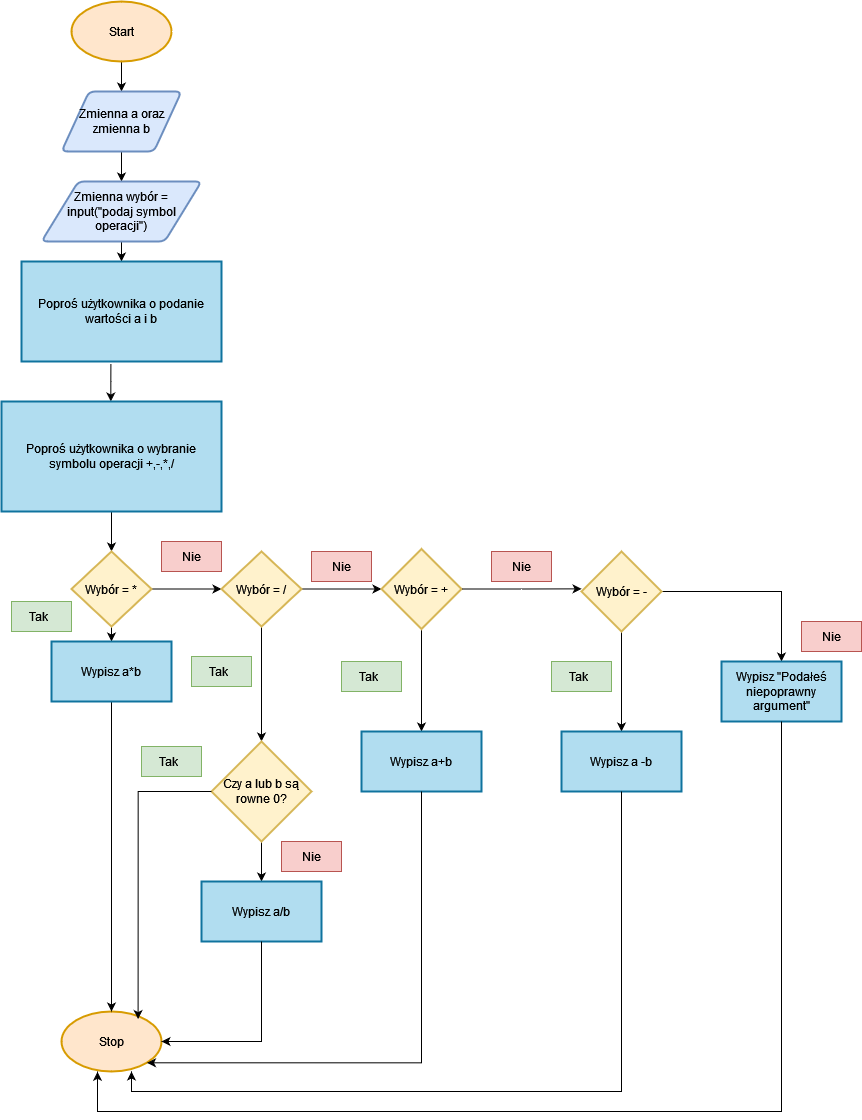
The draw.io diagram schemat_blokowy/Lab_01/Programowanie_laborki/Kalkulator(rdy)(pre_checked)/Kalkulator.drawio.png in DudeQ7/Programming, before a commit. Source tidied: cells renumbered, new cells last; positions are measured from the earlier drawing's top-left corner, leaving out a move shared by most shapes.
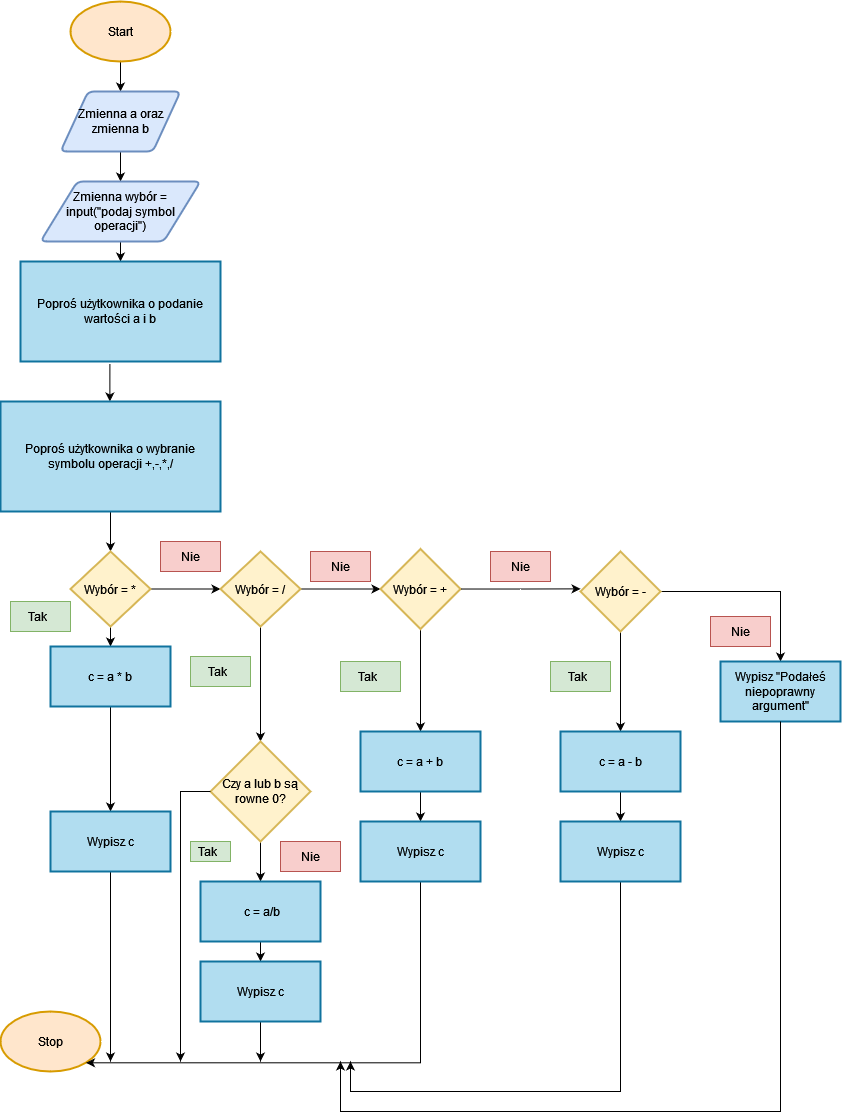
The same diagram one commit later.

Diff of the diagram source:
```diff
@@ -9,7 +9,7 @@
       <mxGeometry x="70" width="100" height="60" as="geometry" />
     </mxCell>
     <mxCell id="4" value="Stop" style="strokeWidth=2;html=1;shape=mxgraph.flowchart.start_1;whiteSpace=wrap;fillColor=#ffe6cc;strokeColor=#d79b00;" parent="1" vertex="1">
-      <mxGeometry x="60" y="1010" width="100" height="60" as="geometry" />
+      <mxGeometry y="1010" width="100" height="60" as="geometry" />
     </mxCell>
     <mxCell id="5" style="edgeStyle=orthogonalEdgeStyle;rounded=0;orthogonalLoop=1;jettySize=auto;html=1;exitX=0.5;exitY=1;exitDx=0;exitDy=0;exitPerimeter=0;" parent="1" edge="1" source="4" target="4">
       <mxGeometry relative="1" as="geometry" />
@@ -82,22 +82,28 @@
     <mxCell id="26" value="Wybór = -" style="rhombus;whiteSpace=wrap;html=1;strokeWidth=2;fillColor=#fff2cc;strokeColor=#d6b656;" parent="1" vertex="1">
       <mxGeometry x="580" y="550" width="80" height="80" as="geometry" />
     </mxCell>
-    <mxCell id="27" style="edgeStyle=orthogonalEdgeStyle;rounded=0;jettySize=auto;html=1;" parent="1" edge="1" source="28" target="4">
-      <mxGeometry relative="1" as="geometry" />
-    </mxCell>
+    <mxCell id="49" style="edgeStyle=orthogonalEdgeStyle;rounded=0;jettySize=auto;html=1;" parent="1" edge="1" source="28" target="54">
+      <mxGeometry relative="1" as="geometry" />
+    </mxCell>
-    <mxCell id="28" value="Wypisz a*b" style="rounded=0;whiteSpace=wrap;html=1;absoluteArcSize=1;arcSize=14;strokeWidth=2;fillColor=#b1ddf0;strokeColor=#10739e;" parent="1" vertex="1">
-      <mxGeometry x="50" y="640" width="120" height="60" as="geometry" />
+    <mxCell id="28" value="c = a * b" style="rounded=0;whiteSpace=wrap;html=1;absoluteArcSize=1;arcSize=14;strokeWidth=2;fillColor=#b1ddf0;strokeColor=#10739e;" parent="1" vertex="1">
+      <mxGeometry x="50" y="645" width="120" height="60" as="geometry" />
     </mxCell>
+    <mxCell id="50" style="edgeStyle=orthogonalEdgeStyle;rounded=0;jettySize=auto;html=1;" parent="1" edge="1" source="29" target="56">
+      <mxGeometry relative="1" as="geometry" />
+    </mxCell>
-    <mxCell id="29" value="Wypisz a/b" style="rounded=0;whiteSpace=wrap;html=1;absoluteArcSize=1;arcSize=14;strokeWidth=2;fillColor=#b1ddf0;strokeColor=#10739e;" parent="1" vertex="1">
+    <mxCell id="29" value="&amp;nbsp;c = a/b" style="rounded=0;whiteSpace=wrap;html=1;absoluteArcSize=1;arcSize=14;strokeWidth=2;fillColor=#b1ddf0;strokeColor=#10739e;" parent="1" vertex="1">
       <mxGeometry x="200" y="880" width="120" height="60" as="geometry" />
     </mxCell>
-    <mxCell id="30" style="edgeStyle=orthogonalEdgeStyle;rounded=0;jettySize=auto;html=1;entryX=1;entryY=0.5;entryDx=0;entryDy=0;entryPerimeter=0;exitX=0.5;exitY=1;exitDx=0;exitDy=0;" parent="1" edge="1" source="29" target="4">
-      <mxGeometry relative="1" as="geometry" />
-    </mxCell>
+    <mxCell id="51" style="edgeStyle=orthogonalEdgeStyle;rounded=0;jettySize=auto;html=1;" parent="1" edge="1" source="31" target="57">
+      <mxGeometry relative="1" as="geometry" />
+    </mxCell>
-    <mxCell id="31" value="Wypisz a+b" style="rounded=0;whiteSpace=wrap;html=1;absoluteArcSize=1;arcSize=14;strokeWidth=2;fillColor=#b1ddf0;strokeColor=#10739e;" parent="1" vertex="1">
+    <mxCell id="31" value="c = a + b" style="rounded=0;whiteSpace=wrap;html=1;absoluteArcSize=1;arcSize=14;strokeWidth=2;fillColor=#b1ddf0;strokeColor=#10739e;" parent="1" vertex="1">
       <mxGeometry x="360" y="730" width="120" height="60" as="geometry" />
     </mxCell>
+    <mxCell id="52" style="edgeStyle=orthogonalEdgeStyle;rounded=0;jettySize=auto;html=1;" parent="1" edge="1" source="32" target="58">
+      <mxGeometry relative="1" as="geometry" />
+    </mxCell>
-    <mxCell id="32" value="Wypisz a -b" style="rounded=0;whiteSpace=wrap;html=1;absoluteArcSize=1;arcSize=14;strokeWidth=2;fillColor=#b1ddf0;strokeColor=#10739e;" parent="1" vertex="1">
+    <mxCell id="32" value="c = a - b" style="rounded=0;whiteSpace=wrap;html=1;absoluteArcSize=1;arcSize=14;strokeWidth=2;fillColor=#b1ddf0;strokeColor=#10739e;" parent="1" vertex="1">
       <mxGeometry x="560" y="730" width="120" height="60" as="geometry" />
     </mxCell>
     <mxCell id="33" value="Tak&lt;span style=&quot;white-space: pre;&quot;&gt;&#9;&lt;/span&gt;" style="text;html=1;align=center;verticalAlign=middle;whiteSpace=wrap;rounded=0;fillColor=#d5e8d4;strokeColor=#82b366;" parent="1" vertex="1">
@@ -110,7 +116,7 @@
       <mxGeometry x="190" y="655" width="60" height="30" as="geometry" />
     </mxCell>
     <mxCell id="36" value="Tak&lt;span style=&quot;white-space: pre;&quot;&gt;&#9;&lt;/span&gt;" style="text;html=1;align=center;verticalAlign=middle;whiteSpace=wrap;rounded=0;fillColor=#d5e8d4;strokeColor=#82b366;" parent="1" vertex="1">
-      <mxGeometry x="140" y="745" width="60" height="30" as="geometry" />
+      <mxGeometry x="190" y="840" width="40" height="20" as="geometry" />
     </mxCell>
     <mxCell id="37" value="Tak&lt;span style=&quot;white-space: pre;&quot;&gt;&#9;&lt;/span&gt;" style="text;html=1;align=center;verticalAlign=middle;whiteSpace=wrap;rounded=0;fillColor=#d5e8d4;strokeColor=#82b366;" parent="1" vertex="1">
       <mxGeometry x="340" y="660" width="60" height="30" as="geometry" />
@@ -128,12 +134,17 @@
       <mxGeometry x="550" y="660" width="60" height="30" as="geometry" />
     </mxCell>
     <mxCell id="42" value="Nie" style="text;html=1;align=center;verticalAlign=middle;whiteSpace=wrap;rounded=0;fillColor=#f8cecc;strokeColor=#b85450;" parent="1" vertex="1">
-      <mxGeometry x="800" y="620" width="60" height="30" as="geometry" />
+      <mxGeometry x="710" y="615" width="60" height="30" as="geometry" />
     </mxCell>
-    <mxCell id="43" style="edgeStyle=orthogonalEdgeStyle;rounded=0;jettySize=auto;html=1;entryX=0.766;entryY=0.126;entryDx=0;entryDy=0;entryPerimeter=0;" parent="1" edge="1" source="21" target="4">
-      <mxGeometry relative="1" as="geometry" />
+    <mxCell id="43" style="edgeStyle=orthogonalEdgeStyle;rounded=0;jettySize=auto;html=1;" parent="1" edge="1" source="21">
+      <mxGeometry relative="1" as="geometry">
+        <mxPoint x="180" y="1060" as="targetPoint" />
+        <Array as="points">
+          <mxPoint x="180" y="790" />
+        </Array>
+      </mxGeometry>
     </mxCell>
-    <mxCell id="44" style="edgeStyle=orthogonalEdgeStyle;rounded=0;jettySize=auto;html=1;entryX=0.855;entryY=0.855;entryDx=0;entryDy=0;entryPerimeter=0;" parent="1" edge="1" source="31" target="4">
+    <mxCell id="44" style="edgeStyle=orthogonalEdgeStyle;rounded=0;jettySize=auto;html=1;entryX=0.855;entryY=0.855;entryDx=0;entryDy=0;entryPerimeter=0;exitX=0.5;exitY=1;exitDx=0;exitDy=0;" parent="1" edge="1" source="57" target="4">
       <mxGeometry relative="1" as="geometry">
         <Array as="points">
           <mxPoint x="420" y="1061" />
@@ -143,24 +154,48 @@
     <mxCell id="45" style="edgeStyle=orthogonalEdgeStyle;rounded=0;jettySize=auto;html=1;entryX=0.001;entryY=0.467;entryDx=0;entryDy=0;entryPerimeter=0;" parent="1" edge="1" source="23" target="26">
       <mxGeometry relative="1" as="geometry" />
     </mxCell>
-    <mxCell id="46" style="edgeStyle=orthogonalEdgeStyle;rounded=0;jettySize=auto;html=1;entryX=0.7;entryY=1;entryDx=0;entryDy=0;entryPerimeter=0;" parent="1" edge="1" source="32" target="4">
+    <mxCell id="46" style="edgeStyle=orthogonalEdgeStyle;rounded=0;jettySize=auto;html=1;exitX=0.5;exitY=1;exitDx=0;exitDy=0;" parent="1" edge="1" source="58">
       <mxGeometry relative="1" as="geometry">
+        <mxPoint x="350" y="1060" as="targetPoint" />
         <Array as="points">
           <mxPoint x="620" y="1090" />
-          <mxPoint x="130" y="1090" />
+          <mxPoint x="350" y="1090" />
         </Array>
       </mxGeometry>
     </mxCell>
     <mxCell id="47" value="Wypisz &quot;Podałeś niepoprawny argument&quot;" style="rounded=0;whiteSpace=wrap;html=1;absoluteArcSize=1;arcSize=14;strokeWidth=2;fillColor=#b1ddf0;strokeColor=#10739e;" parent="1" vertex="1">
       <mxGeometry x="720" y="660" width="120" height="60" as="geometry" />
     </mxCell>
-    <mxCell id="48" style="edgeStyle=orthogonalEdgeStyle;rounded=0;jettySize=auto;html=1;entryX=0.36;entryY=1.005;entryDx=0;entryDy=0;entryPerimeter=0;" parent="1" edge="1" source="47" target="4">
+    <mxCell id="48" style="edgeStyle=orthogonalEdgeStyle;rounded=0;jettySize=auto;html=1;" parent="1" edge="1" source="47">
       <mxGeometry relative="1" as="geometry">
+        <mxPoint x="340" y="1060" as="targetPoint" />
         <Array as="points">
           <mxPoint x="780" y="1110" />
-          <mxPoint x="96" y="1110" />
+          <mxPoint x="340" y="1110" />
         </Array>
       </mxGeometry>
     </mxCell>
+    <mxCell id="53" style="edgeStyle=orthogonalEdgeStyle;rounded=0;jettySize=auto;html=1;" parent="1" edge="1" source="54">
+      <mxGeometry relative="1" as="geometry">
+        <mxPoint x="110" y="1060" as="targetPoint" />
+      </mxGeometry>
+    </mxCell>
+    <mxCell id="54" value="Wypisz c " style="rounded=0;whiteSpace=wrap;html=1;absoluteArcSize=1;arcSize=14;strokeWidth=2;fillColor=#b1ddf0;strokeColor=#10739e;" parent="1" vertex="1">
+      <mxGeometry x="50" y="810" width="120" height="60" as="geometry" />
+    </mxCell>
+    <mxCell id="55" style="edgeStyle=orthogonalEdgeStyle;rounded=0;jettySize=auto;html=1;" parent="1" edge="1" source="56">
+      <mxGeometry relative="1" as="geometry">
+        <mxPoint x="260" y="1060" as="targetPoint" />
+      </mxGeometry>
+    </mxCell>
+    <mxCell id="56" value="Wypisz c" style="rounded=0;whiteSpace=wrap;html=1;absoluteArcSize=1;arcSize=14;strokeWidth=2;fillColor=#b1ddf0;strokeColor=#10739e;" parent="1" vertex="1">
+      <mxGeometry x="200" y="960" width="120" height="60" as="geometry" />
+    </mxCell>
+    <mxCell id="57" value="Wypisz c" style="rounded=0;whiteSpace=wrap;html=1;absoluteArcSize=1;arcSize=14;strokeWidth=2;fillColor=#b1ddf0;strokeColor=#10739e;" parent="1" vertex="1">
+      <mxGeometry x="360" y="820" width="120" height="60" as="geometry" />
+    </mxCell>
+    <mxCell id="58" value="Wypisz c" style="rounded=0;whiteSpace=wrap;html=1;absoluteArcSize=1;arcSize=14;strokeWidth=2;fillColor=#b1ddf0;strokeColor=#10739e;" parent="1" vertex="1">
+      <mxGeometry x="560" y="820" width="120" height="60" as="geometry" />
+    </mxCell>
   </root>
 </mxGraphModel>
```
